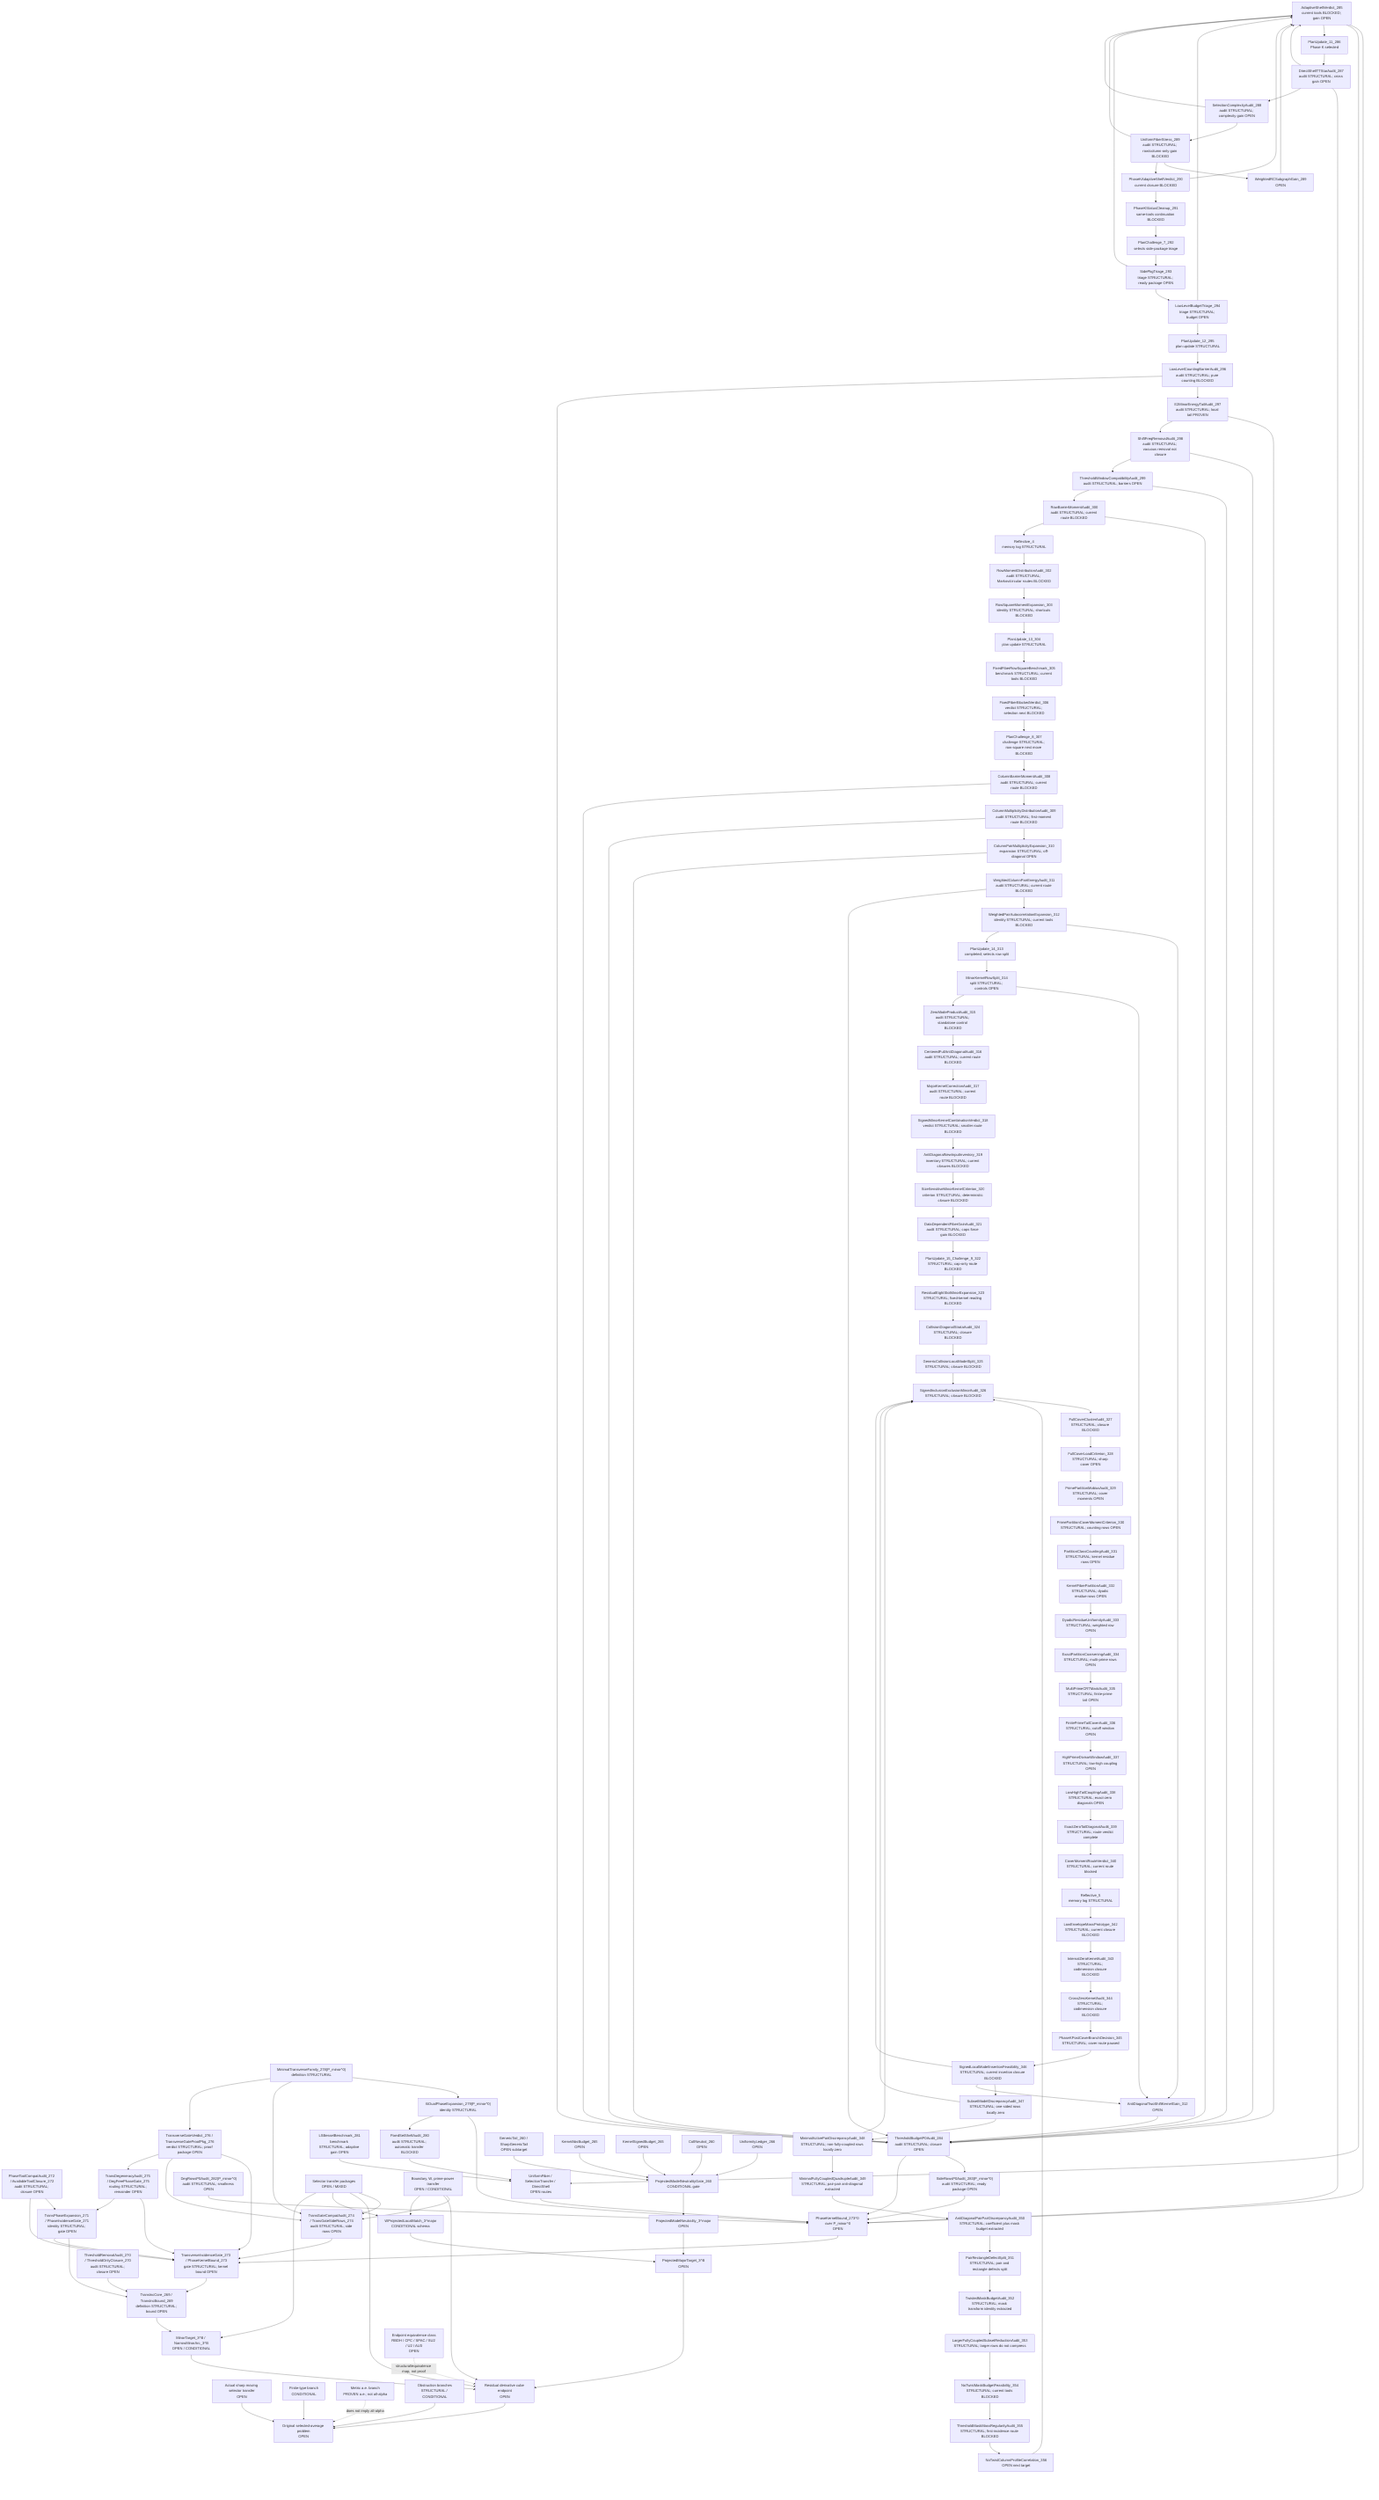
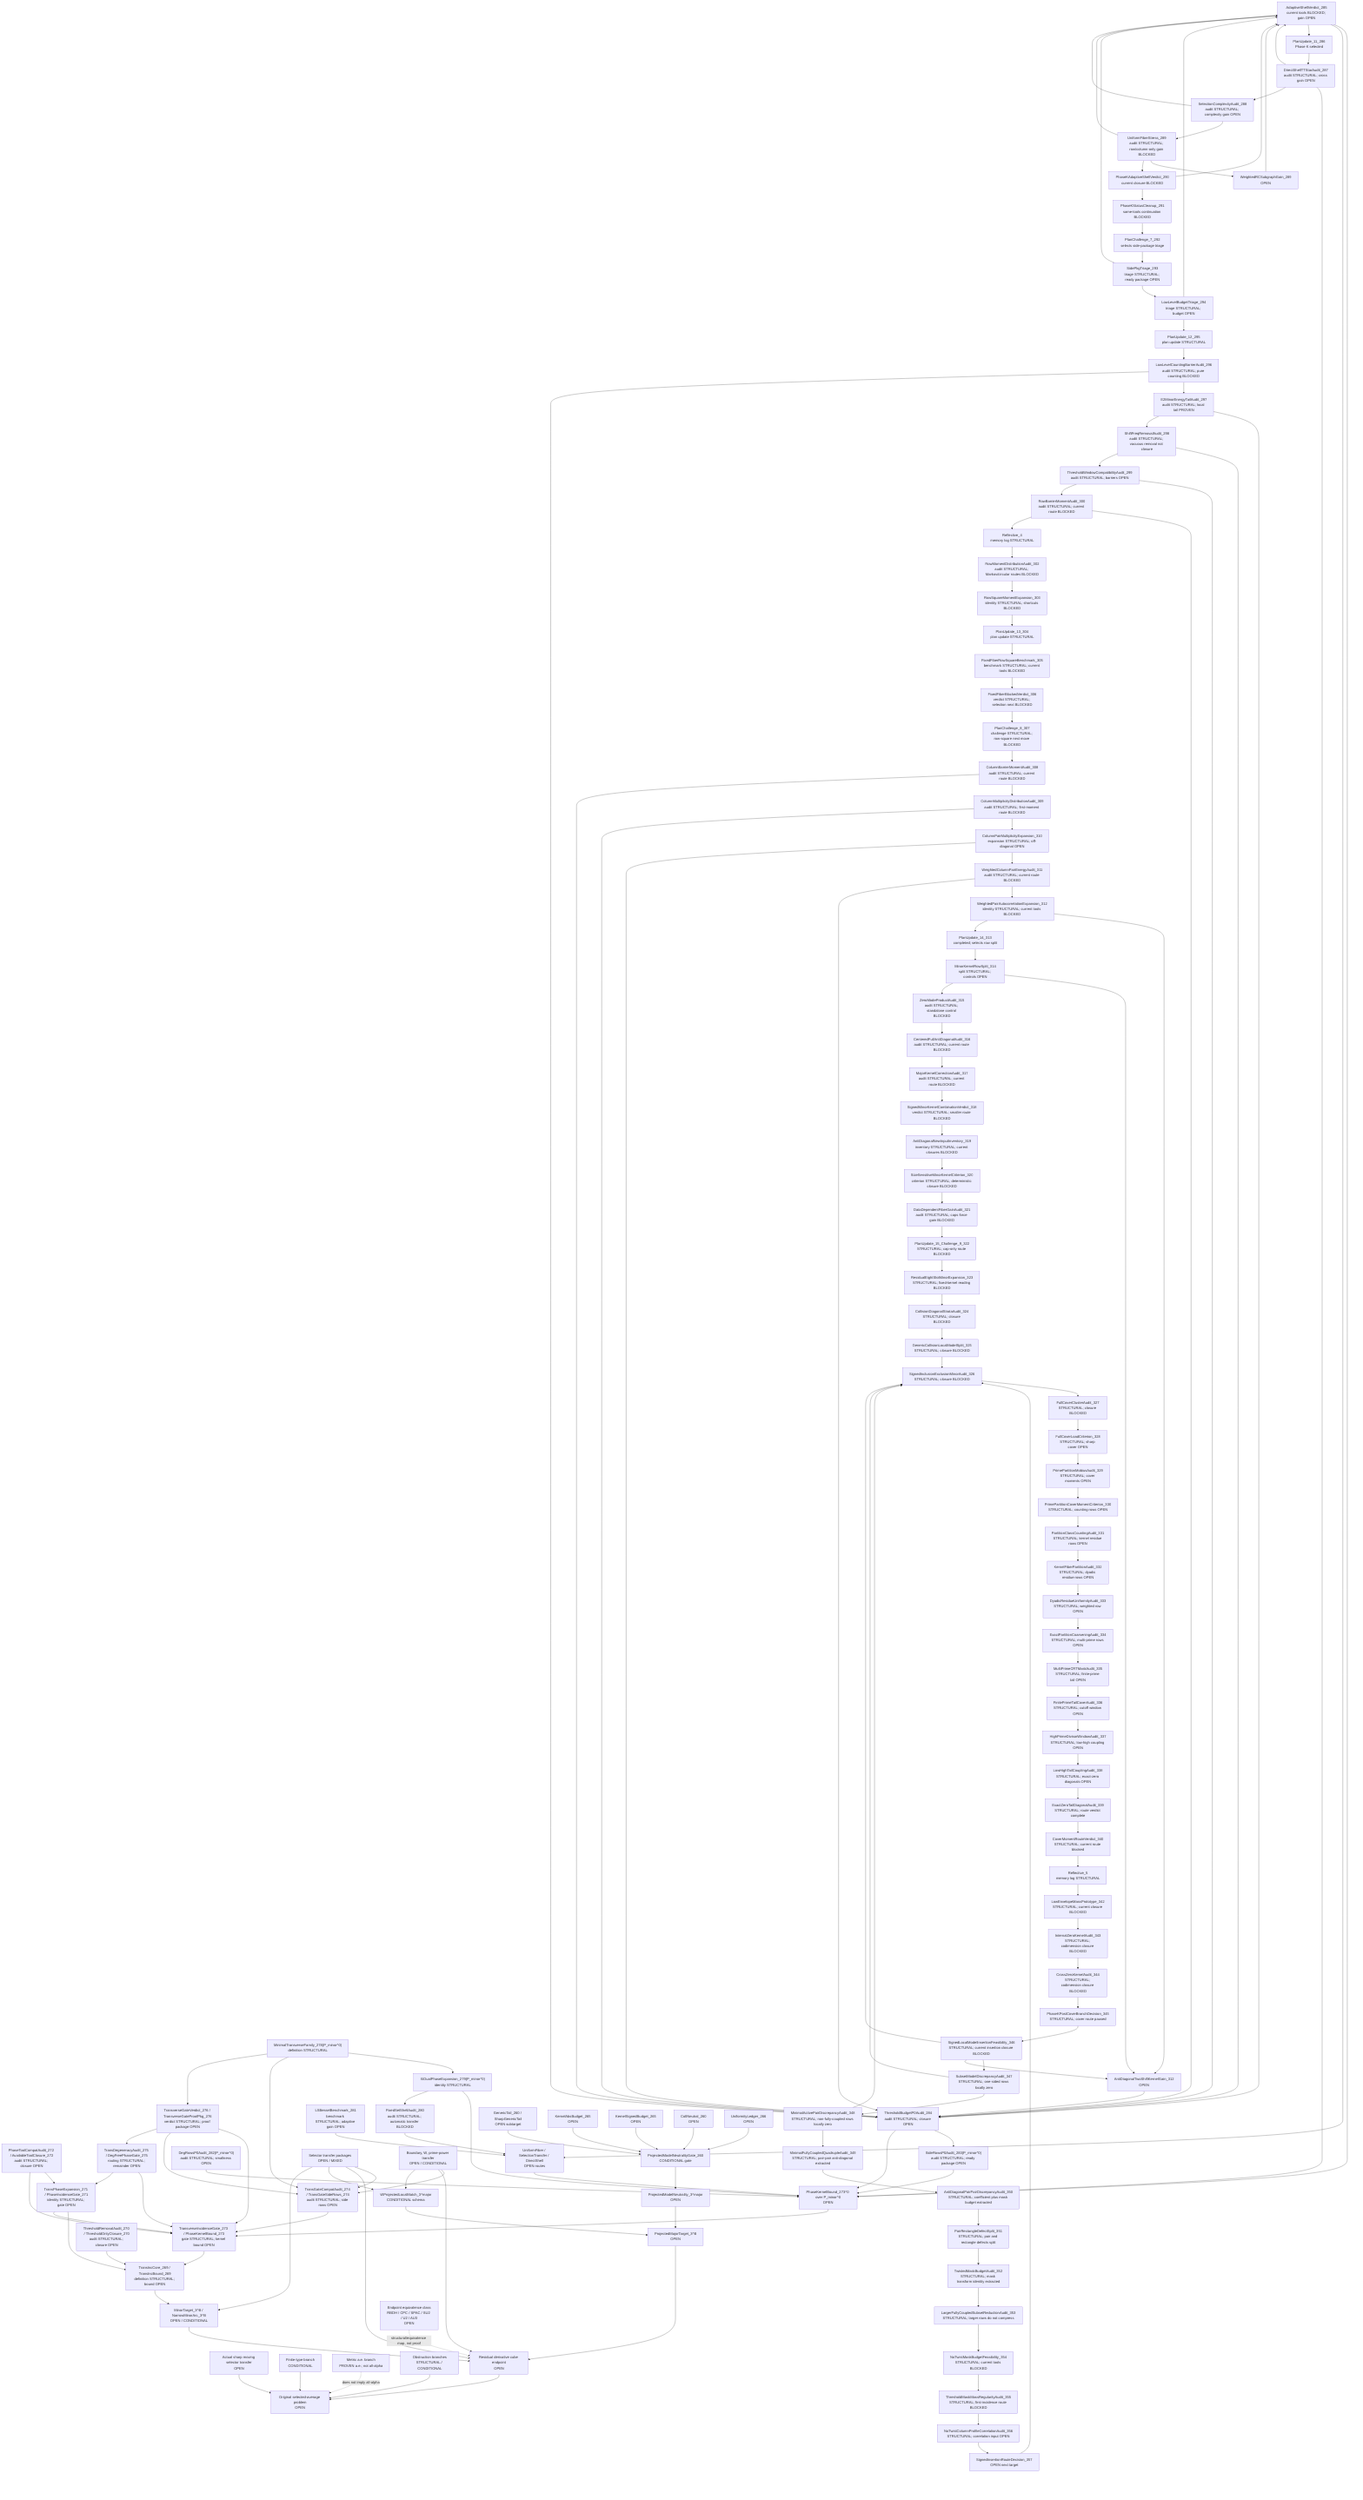
flowchart TD
  Original["Original selected-average problem<br/>OPEN"]
  SharpSel["Actual sharp moving selector transfer<br/>OPEN"]
  FiniteType["Finite-type branch<br/>CONDITIONAL"]
  Metric["Metric a.e. branch<br/>PROVEN a.e.; not all-alpha"]
  Obstruction["Obstruction branches<br/>STRUCTURAL / CONDITIONAL"]

  ResCube["Residual derivative cube endpoint<br/>OPEN"]
  MajorTarget["ProjectedMajorTarget_3^B<br/>OPEN"]
  MinorTarget["MinorTarget_3^B / NarrowMinorArc_3^B<br/>OPEN / CONDITIONAL"]
  TransInc["TransIncCore_269 / TransIncBound_269<br/>definition STRUCTURAL; bound OPEN"]
  ThresholdAudit["ThresholdRemovalAudit_270 / ThresholdOnlyClosure_270<br/>audit STRUCTURAL; closure OPEN"]
  PhaseExpansion["TransPhaseExpansion_271 / PhaseIncidenceGate_271<br/>identity STRUCTURAL; gate OPEN"]
  ToolCompat["PhaseToolCompatAudit_272 / AvailableToolClosure_272<br/>audit STRUCTURAL; closure OPEN"]
  TransGate["TransverseIncidenceGate_273 / PhaseKernelBound_273<br/>gate STRUCTURAL; kernel bound OPEN"]
  TransGateCompat["TransGateCompatAudit_274 / TransGateSideRows_274<br/>audit STRUCTURAL; side rows OPEN"]
  DegAudit["TransDegeneracyAudit_275 / DegFreePhaseGate_275<br/>routing STRUCTURAL; remainder OPEN"]
  TransVerdict["TransverseGateVerdict_276 / TransverseGateProofPkg_276<br/>verdict STRUCTURAL; proof package OPEN"]
  MinTransFamily["MinimalTransverseFamily_278(P_minor^0)<br/>definition STRUCTURAL"]
  XiExpansion["XiDualPhaseExpansion_279(P_minor^0)<br/>identity STRUCTURAL"]
  FixedShellAudit["FixedSetShellAudit_280<br/>audit STRUCTURAL; automatic transfer BLOCKED"]
  FixedShellTransfer["UniformFiber / SelectionTransfer / DirectShell<br/>OPEN routes"]
  LSBesselBench["LSBesselBenchmark_281<br/>benchmark STRUCTURAL; adaptive gain OPEN"]
  DegRowsP0["DegRowsP0Audit_282(P_minor^0)<br/>audit STRUCTURAL; smallness OPEN"]
  SideRowsP0["SideRowsP0Audit_283(P_minor^0)<br/>audit STRUCTURAL; ready package OPEN"]
  ThresholdP0["ThresholdBudgetP0Audit_284<br/>audit STRUCTURAL; closure OPEN"]
  AdaptiveShellP0["AdaptiveShellVerdict_285<br/>current tools BLOCKED; gain OPEN"]
  PlanUpdate11["PlanUpdate_11_286<br/>Phase K selected"]
  DirectTTStar["DirectShellTTStarAudit_287<br/>audit STRUCTURAL; cross gain OPEN"]
  SelectionComplexity["SelectionComplexityAudit_288<br/>audit STRUCTURAL; complexity gain OPEN"]
  UniformFiberStress["UniformFiberStress_289<br/>audit STRUCTURAL; row/column-only gain BLOCKED"]
  WeightedRCSubgraph["WeightedRCSubgraphGain_289<br/>OPEN"]
  AdaptiveVerdict290["PhaseKAdaptiveShellVerdict_290<br/>current closure BLOCKED"]
  PhaseKCleanup291["PhaseKStatusCleanup_291<br/>same-tools continuation BLOCKED"]
  PlanChallenge7["PlanChallenge_7_292<br/>selects side-package triage"]
  SidePkgTriage293["SidePkgTriage_293<br/>triage STRUCTURAL; ready package OPEN"]
  LowLevelTriage294["LowLevelBudgetTriage_294<br/>triage STRUCTURAL; budget OPEN"]
  PlanUpdate12["PlanUpdate_12_295<br/>plan update STRUCTURAL"]
  LowLevelBarrier296["LowLevelCountingBarrierAudit_296<br/>audit STRUCTURAL; pure counting BLOCKED"]
  E2Tail297["E2MinorEnergyTailAudit_297<br/>audit STRUCTURAL; local tail PROVEN"]
  ShiftFreq298["ShiftFreqRemovalAudit_298<br/>audit STRUCTURAL; vacuous removal not closure"]
  ThresholdWindow299["ThresholdWindowCompatibilityAudit_299<br/>audit STRUCTURAL; barriers OPEN"]
  RowBarrier300["RowBarrierMomentAudit_300<br/>audit STRUCTURAL; current route BLOCKED"]
  Reflective4["Reflective_4<br/>memory log STRUCTURAL"]
  RowMoment302["RowMomentDistributionAudit_302<br/>audit STRUCTURAL; Markov/circular routes BLOCKED"]
  RowSquare303["RowSquareMomentExpansion_303<br/>identity STRUCTURAL; shortcuts BLOCKED"]
  PlanUpdate13["PlanUpdate_13_304<br/>plan update STRUCTURAL"]
  FixedFiber305["FixedFiberRowSquareBenchmark_305<br/>benchmark STRUCTURAL; current tools BLOCKED"]
  FixedFiber306["FixedFiberBlockedVerdict_306<br/>verdict STRUCTURAL; selection next BLOCKED"]
  PlanChallenge8["PlanChallenge_8_307<br/>challenge STRUCTURAL; row-square next move BLOCKED"]
  ColumnBarrier308["ColumnBarrierMomentAudit_308<br/>audit STRUCTURAL; current route BLOCKED"]
  ColumnDist309["ColumnMultiplicityDistributionAudit_309<br/>audit STRUCTURAL; first-moment route BLOCKED"]
  ColumnPair310["ColumnPairMultiplicityExpansion_310<br/>expansion STRUCTURAL; off-diagonal OPEN"]
  WPair311["WeightedColumnPairEnergyAudit_311<br/>audit STRUCTURAL; current route BLOCKED"]
  AutoCorr312["WeightedPairAutocorrelationExpansion_312<br/>identity STRUCTURAL; current tools BLOCKED"]
  AntiDiag312["AntiDiagonalTwoShiftKernelGain_312<br/>OPEN"]
  PlanUpdate14["PlanUpdate_14_313<br/>completed; selects row split"]
  MinorKernel314["MinorKernelRowSplit_314<br/>split STRUCTURAL; controls OPEN"]
  ZeroAudit315["ZeroModeProductAudit_315<br/>audit STRUCTURAL; standalone control BLOCKED"]
  CenteredFull316["CenteredFullAntiDiagonalAudit_316<br/>audit STRUCTURAL; current route BLOCKED"]
  MajorCorr317["MajorKernelCorrectionAudit_317<br/>audit STRUCTURAL; current route BLOCKED"]
  SignedVerdict318["SignedMinorKernelCombinationVerdict_318<br/>verdict STRUCTURAL; smaller route BLOCKED"]
  NewInput319["AntiDiagonalNewInputInventory_319<br/>inventory STRUCTURAL; current closures BLOCKED"]
  SizeSensitive320["SizeSensitiveMinorKernelCriterion_320<br/>criterion STRUCTURAL; deterministic closure BLOCKED"]
  FiberGain321["DataDependentFiberGainAudit_321<br/>audit STRUCTURAL; caps force gain BLOCKED"]
  Plan322["PlanUpdate_15_Challenge_9_322<br/>STRUCTURAL; cap-only route BLOCKED"]
  ResidualEight323["ResidualEightSlotMinorExpansion_323<br/>STRUCTURAL; fixed-kernel reading BLOCKED"]
  Collision324["CollisionDiagonalStrataAudit_324<br/>STRUCTURAL; closure BLOCKED"]
  GenericSplit325["GenericCollisionLocalModelSplit_325<br/>STRUCTURAL; closure BLOCKED"]
  SignedIE326["SignedInclusionExclusionMinorAudit_326<br/>STRUCTURAL; closure BLOCKED"]
  FullCover327["FullCoverClusterAudit_327<br/>STRUCTURAL; closure BLOCKED"]
  CoverLoad328["FullCoverLoadCriterion_328<br/>STRUCTURAL; sharp cover OPEN"]
  PrimeMobius329["PrimePartitionMobiusAudit_329<br/>STRUCTURAL; cover moments OPEN"]
  CoverMoment330["PrimePartitionCoverMomentCriterion_330<br/>STRUCTURAL; counting rows OPEN"]
  PartitionCount331["PartitionClassCountingAudit_331<br/>STRUCTURAL; kernel residue rows OPEN"]
  KernelFiber332["KernelFiberPartitionAudit_332<br/>STRUCTURAL; dyadic residue rows OPEN"]
  Dyadic333["DyadicResidueUniformityAudit_333<br/>STRUCTURAL; weighted row OPEN"]
  Coarsening334["ExactPartitionCoarseningAudit_334<br/>STRUCTURAL; multi-prime rows OPEN"]
  CRTMask335["MultiPrimeCRTMaskAudit_335<br/>STRUCTURAL; finite-prime tail OPEN"]
  Tail336["FinitePrimeTailCoverAudit_336<br/>STRUCTURAL; cutoff window OPEN"]
  DivWindow337["HighPrimeDivisorWindowAudit_337<br/>STRUCTURAL; low-high coupling OPEN"]
  LowHigh338["LowHighTailCouplingAudit_338<br/>STRUCTURAL; exact-zero diagonals OPEN"]
  ExactZero339["ExactZeroTailDiagonalAudit_339<br/>STRUCTURAL; route verdict complete"]
  CoverVerdict340["CoverMomentRouteVerdict_340<br/>STRUCTURAL; current route blocked"]
  Reflective5["Reflective_5<br/>memory log STRUCTURAL"]
  LowEnvelope342["LowEnvelopeMassPrototype_342<br/>STRUCTURAL; current closure BLOCKED"]
  InternalZero343["InternalZeroKernelAudit_343<br/>STRUCTURAL; codimension closure BLOCKED"]
  CrossZero344["CrossZeroKernelAudit_344<br/>STRUCTURAL; codimension closure BLOCKED"]
  PhaseDecision345["PhaseKPostCoverBranchDecision_345<br/>STRUCTURAL; cover route paused"]
  SignedInsertion346["SignedLocalModelInsertionFeasibility_346<br/>STRUCTURAL; current insertion closure BLOCKED"]
  SubsetDiscrep347["SubsetModelDiscrepancyAudit_347<br/>STRUCTURAL; one-sided rows locally zero"]
  MinPair348["MinimalActivePairDiscrepancyAudit_348<br/>STRUCTURAL; non-fully-coupled rows locally zero"]
  MinQuad349["MinimalFullyCoupledQuadrupleAudit_349<br/>STRUCTURAL; pair-pair anti-diagonal extracted"]
  PairPair350["AntiDiagonalPairPairDiscrepancyAudit_350<br/>STRUCTURAL; coefficient plus mask budget extracted"]
  DefectSplit351["PairRectangleDefectSplit_351<br/>STRUCTURAL; pair and rectangle defects split"]
  TwistMask352["TwistedMaskBudgetAudit_352<br/>STRUCTURAL; mask transform identity extracted"]
  LargeSubset353["LargerFullyCoupledSubsetReductionAudit_353<br/>STRUCTURAL; larger rows do not compress"]
  NoTwist354["NoTwistMaskBudgetFeasibility_354<br/>STRUCTURAL; current tools BLOCKED"]
  MaskMass355["ThresholdMaskMassRegularityAudit_355<br/>STRUCTURAL; first-incidence route BLOCKED"]
-   ProfileCorr356["NoTwistColumnProfileCorrelation_356<br/>OPEN next target"]
+   ProfileCorr356["NoTwistColumnProfileCorrelationAudit_356<br/>STRUCTURAL; correlation input OPEN"]
+   RouteDecision357["SignedInsertionRouteDecision_357<br/>OPEN next target"]
  PhaseKernel0["PhaseKernelBound_273^0 over P_minor^0<br/>OPEN"]
  SelectorTransfer["Selector transfer packages<br/>OPEN / MIXED"]
  BoundaryTransfer["Boundary, W, prime-power transfer<br/>OPEN / CONDITIONAL"]

  WLocal["WProjectedLocalMatch_3^major<br/>CONDITIONAL schema"]
  ModelNeutral["ProjectedModelNeutrality_3^major<br/>OPEN"]
  PMNGate["ProjectedModelNeutralityGate_260<br/>CONDITIONAL gate"]
  GenericTail["GenericTail_260 / SharpGenericTail<br/>OPEN subtarget"]
  KernelAbs["KernelAbsBudget_265<br/>OPEN"]
  KernelSigned["KernelSignedBudget_265<br/>OPEN"]
  CollNeutral["CollNeutral_260<br/>OPEN"]
  Uniformity["UniformityLedger_266<br/>OPEN"]

  EndpointClass["Endpoint equivalence class<br/>RBDH / CPC / SPAC / SU2 / U2 / AU3<br/>OPEN"]

  SharpSel --> Original
  FiniteType --> Original
  Obstruction --> Original
  ResCube --> Original
  Metric -. "does not imply all-alpha" .-> Original

  MajorTarget --> ResCube
  MinorTarget --> ResCube
  TransInc --> MinorTarget
  ThresholdAudit --> TransInc
  PhaseExpansion --> TransInc
  ToolCompat --> PhaseExpansion
  TransGate --> TransInc
  PhaseExpansion --> TransGate
  ToolCompat --> TransGate
  TransGateCompat --> TransGate
  SelectorTransfer --> TransGateCompat
  BoundaryTransfer --> TransGateCompat
  DegAudit --> TransGate
  DegAudit --> PhaseExpansion
  TransVerdict --> TransGate
  TransVerdict --> TransGateCompat
  TransVerdict --> DegAudit
  PhaseKernel0 --> TransGate
  MinTransFamily --> XiExpansion
  XiExpansion --> PhaseKernel0
  XiExpansion --> FixedShellAudit
  FixedShellAudit --> FixedShellTransfer
  FixedShellTransfer --> PhaseKernel0
  LSBesselBench --> FixedShellTransfer
  DegRowsP0 --> PhaseKernel0
  SideRowsP0 --> PhaseKernel0
  ThresholdP0 --> SideRowsP0
  ThresholdP0 --> PhaseKernel0
  AdaptiveShellP0 --> PhaseKernel0
  AdaptiveShellP0 --> FixedShellTransfer
  AdaptiveShellP0 --> PlanUpdate11
  PlanUpdate11 --> DirectTTStar
  DirectTTStar --> AdaptiveShellP0
  DirectTTStar --> PhaseKernel0
  DirectTTStar --> SelectionComplexity
  SelectionComplexity --> UniformFiberStress
  SelectionComplexity --> AdaptiveShellP0
  UniformFiberStress --> WeightedRCSubgraph
  WeightedRCSubgraph --> AdaptiveShellP0
  UniformFiberStress --> AdaptiveVerdict290
  UniformFiberStress --> AdaptiveShellP0
  AdaptiveVerdict290 --> AdaptiveShellP0
  AdaptiveVerdict290 --> PhaseKCleanup291
  PhaseKCleanup291 --> PlanChallenge7
  PlanChallenge7 --> SidePkgTriage293
  SidePkgTriage293 --> LowLevelTriage294
  SidePkgTriage293 --> AdaptiveShellP0
  LowLevelTriage294 --> AdaptiveShellP0
  LowLevelTriage294 --> PlanUpdate12
  PlanUpdate12 --> LowLevelBarrier296
  LowLevelBarrier296 --> E2Tail297
  LowLevelBarrier296 --> ThresholdP0
  E2Tail297 --> ThresholdP0
  E2Tail297 --> ShiftFreq298
  ShiftFreq298 --> ThresholdP0
  ShiftFreq298 --> ThresholdWindow299
  ThresholdWindow299 --> ThresholdP0
  ThresholdWindow299 --> RowBarrier300
  RowBarrier300 --> ThresholdP0
  RowBarrier300 --> Reflective4
  Reflective4 --> RowMoment302
  RowMoment302 --> RowSquare303
  RowSquare303 --> PlanUpdate13
  PlanUpdate13 --> FixedFiber305
  FixedFiber305 --> FixedFiber306
  FixedFiber306 --> PlanChallenge8
  PlanChallenge8 --> ColumnBarrier308
  ColumnBarrier308 --> ColumnDist309
  ColumnDist309 --> ColumnPair310
  ColumnPair310 --> WPair311
  WPair311 --> AutoCorr312
  AutoCorr312 --> AntiDiag312
  AntiDiag312 --> ThresholdP0
  AutoCorr312 --> PlanUpdate14
  PlanUpdate14 --> MinorKernel314
  MinorKernel314 --> AntiDiag312
  MinorKernel314 --> ZeroAudit315
  ZeroAudit315 --> CenteredFull316
  CenteredFull316 --> MajorCorr317
  MajorCorr317 --> SignedVerdict318
  SignedVerdict318 --> NewInput319
  NewInput319 --> SizeSensitive320
  SizeSensitive320 --> FiberGain321
  FiberGain321 --> Plan322
  Plan322 --> ResidualEight323
  ResidualEight323 --> Collision324
  Collision324 --> GenericSplit325
  GenericSplit325 --> SignedIE326
  SignedIE326 --> FullCover327
  FullCover327 --> CoverLoad328
  CoverLoad328 --> PrimeMobius329
  PrimeMobius329 --> CoverMoment330
  CoverMoment330 --> PartitionCount331
  PartitionCount331 --> KernelFiber332
  KernelFiber332 --> Dyadic333
  Dyadic333 --> Coarsening334
  Coarsening334 --> CRTMask335
  CRTMask335 --> Tail336
  Tail336 --> DivWindow337
  DivWindow337 --> LowHigh338
  LowHigh338 --> ExactZero339
  ExactZero339 --> CoverVerdict340
  CoverVerdict340 --> Reflective5
  Reflective5 --> LowEnvelope342
  LowEnvelope342 --> InternalZero343
  InternalZero343 --> CrossZero344
  CrossZero344 --> PhaseDecision345
  PhaseDecision345 --> SignedInsertion346
  SignedInsertion346 --> SubsetDiscrep347
  SubsetDiscrep347 --> MinPair348
  MinPair348 --> MinQuad349
  MinQuad349 --> PairPair350
  PairPair350 --> DefectSplit351
  DefectSplit351 --> TwistMask352
  TwistMask352 --> LargeSubset353
  LargeSubset353 --> NoTwist354
  NoTwist354 --> MaskMass355
  MaskMass355 --> ProfileCorr356
-   ProfileCorr356 --> SignedIE326
+   ProfileCorr356 --> RouteDecision357
+   RouteDecision357 --> SignedIE326
  MinPair348 --> SignedIE326
  SubsetDiscrep347 --> SignedIE326
  SignedInsertion346 --> SignedIE326
  SignedInsertion346 --> AntiDiag312
  WPair311 --> ThresholdP0
  ColumnPair310 --> ThresholdP0
  ColumnDist309 --> ThresholdP0
  ColumnBarrier308 --> ThresholdP0
  MinTransFamily --> TransGateCompat
  MinTransFamily --> TransVerdict
  SelectorTransfer --> ResCube
  BoundaryTransfer --> ResCube
  EndpointClass -. "structural/equivalence map, not proof" .-> ResCube

  WLocal --> MajorTarget
  ModelNeutral --> MajorTarget

  PMNGate --> ModelNeutral
  GenericTail --> PMNGate
  KernelAbs --> PMNGate
  KernelSigned --> PMNGate
  CollNeutral --> PMNGate
  Uniformity --> PMNGate

  BoundaryTransfer --> WLocal
  SelectorTransfer --> WLocal
  SelectorTransfer --> MinorTarget
